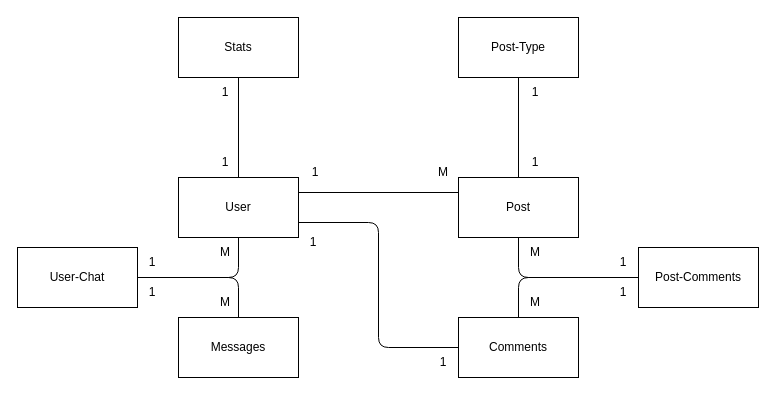
Above: .doc/database/design.drawio in AndresMpa/writing-lab (draw.io), before the change. Source tidied: cells renumbered, new cells numbered last; positions are measured from the earlier drawing's top-left corner, leaving out a move shared by most shapes. Both pictures are drawn from the tidied source at 100%, with x=0, y=0 at pixel (17, 17).
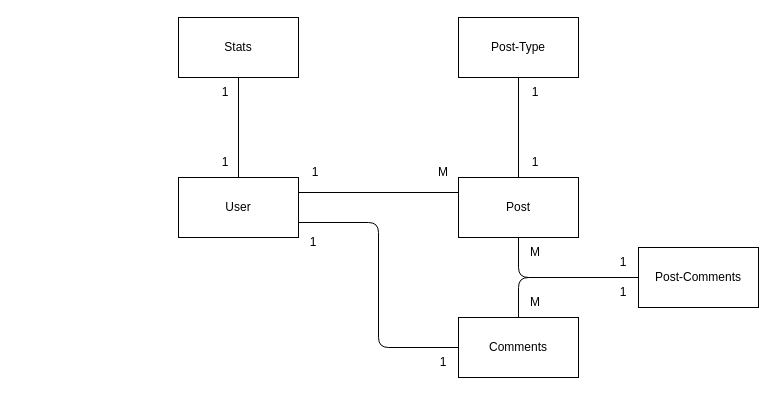
Above is the later version.

Commit message (it also covers changes not shown here):
Tracking BD desings

Unchanged cells that the change refers to:
```xml
<mxCell id="5" value="User" style="rounded=0;whiteSpace=wrap;html=1;" parent="1" vertex="1">
  <mxGeometry x="161" y="160" width="120" height="60" as="geometry" />
</mxCell>
```

Change to the diagram source:
```diff
@@
-    <mxCell id="7" value="Messages" style="rounded=0;whiteSpace=wrap;html=1;" parent="1" vertex="1">
-      <mxGeometry x="161" y="300" width="120" height="60" as="geometry" />
-    </mxCell>
@@
-    <mxCell id="15" style="edgeStyle=orthogonalEdgeStyle;html=1;entryX=0.5;entryY=0;entryDx=0;entryDy=0;strokeColor=default;endArrow=none;endFill=0;" parent="1" edge="1" source="17" target="7">
-      <mxGeometry relative="1" as="geometry" />
-    </mxCell>
-    <mxCell id="16" style="edgeStyle=orthogonalEdgeStyle;html=1;entryX=0.5;entryY=1;entryDx=0;entryDy=0;strokeColor=default;endArrow=none;endFill=0;" parent="1" edge="1" source="17" target="5">
-      <mxGeometry relative="1" as="geometry" />
-    </mxCell>
-    <mxCell id="17" value="User-Chat" style="rounded=0;whiteSpace=wrap;html=1;" parent="1" vertex="1">
-      <mxGeometry y="230" width="120" height="60" as="geometry" />
-    </mxCell>
@@
-    <mxCell id="22" value="1" style="text;html=1;strokeColor=none;fillColor=none;align=center;verticalAlign=middle;whiteSpace=wrap;rounded=0;" parent="1" vertex="1">
-      <mxGeometry x="120" y="230" width="30" height="30" as="geometry" />
-    </mxCell>
-    <mxCell id="23" value="1" style="text;html=1;strokeColor=none;fillColor=none;align=center;verticalAlign=middle;whiteSpace=wrap;rounded=0;" parent="1" vertex="1">
-      <mxGeometry x="120" y="260" width="30" height="30" as="geometry" />
-    </mxCell>
@@
-    <mxCell id="28" value="M" style="text;html=1;strokeColor=none;fillColor=none;align=center;verticalAlign=middle;whiteSpace=wrap;rounded=0;" parent="1" vertex="1">
-      <mxGeometry x="193" y="220" width="30" height="30" as="geometry" />
-    </mxCell>
-    <mxCell id="29" value="M" style="text;html=1;strokeColor=none;fillColor=none;align=center;verticalAlign=middle;whiteSpace=wrap;rounded=0;" parent="1" vertex="1">
-      <mxGeometry x="193" y="270" width="30" height="30" as="geometry" />
-    </mxCell>
```
